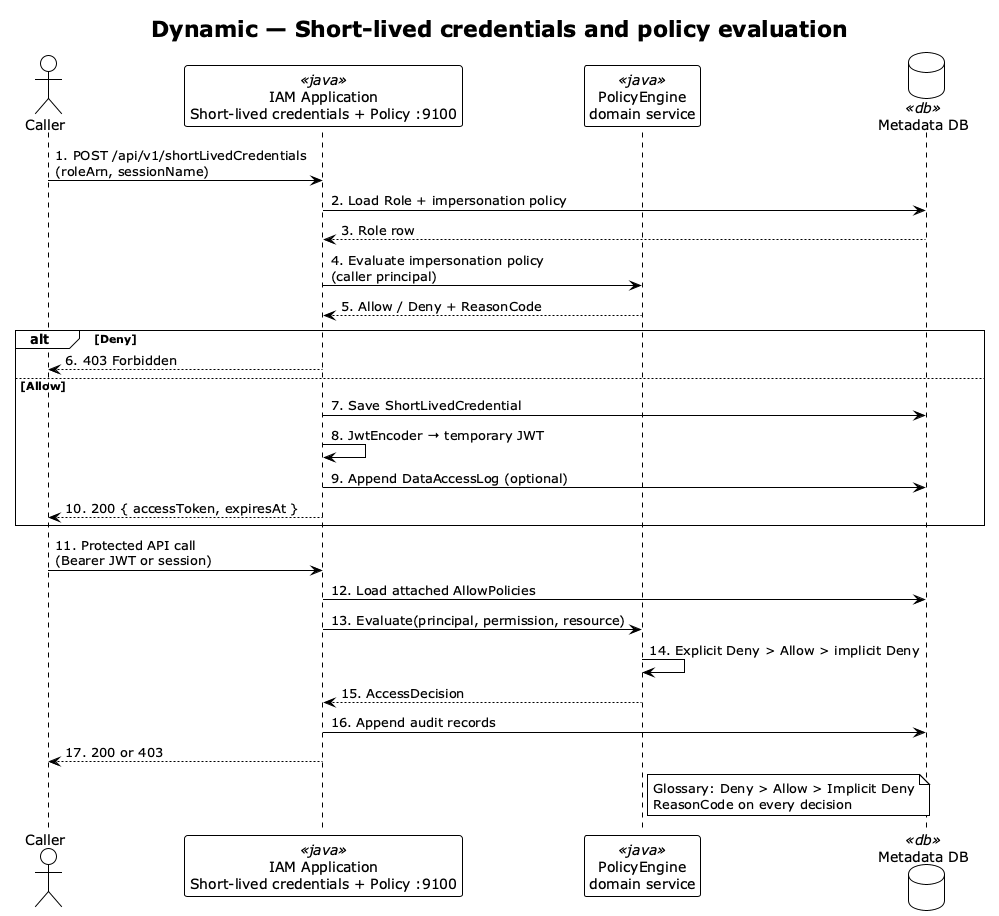
The PlantUML diagram docs/developer/c4-model/png/C4-Dynamic-PolicyEvaluation.png in felixzhu97/explore-iam, before a commit.
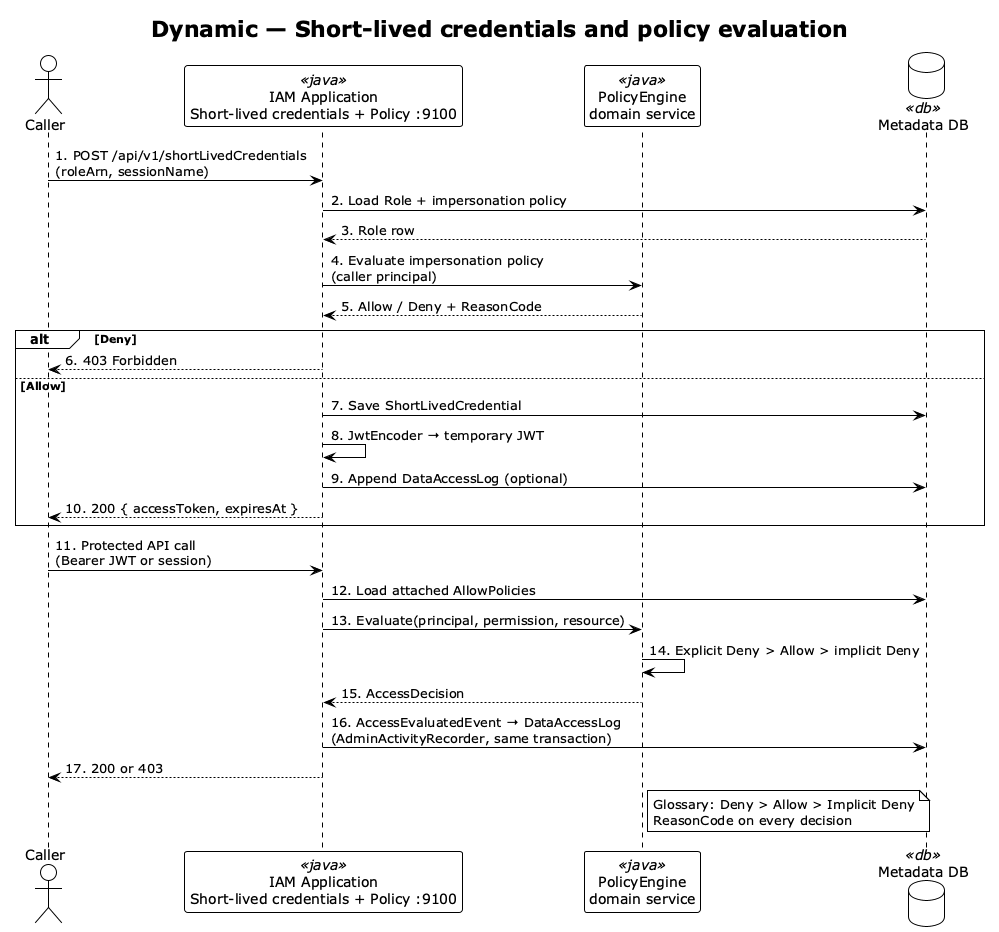
After the commit.

Commit message:
Show event-driven audit and federation cleanup in C4 (#128)

What changed in the source:
```diff
@@ -29,7 +29,7 @@
 api -> engine: 13. Evaluate(principal, permission, resource)
 engine -> engine: 14. Explicit Deny > Allow > implicit Deny
 engine --> api: 15. AccessDecision
-api -> db: 16. Append audit records
+api -> db: 16. AccessEvaluatedEvent → DataAccessLog\n(AdminActivityRecorder, same transaction)
 api --> caller: 17. 200 or 403
 
 note right of engine
```
